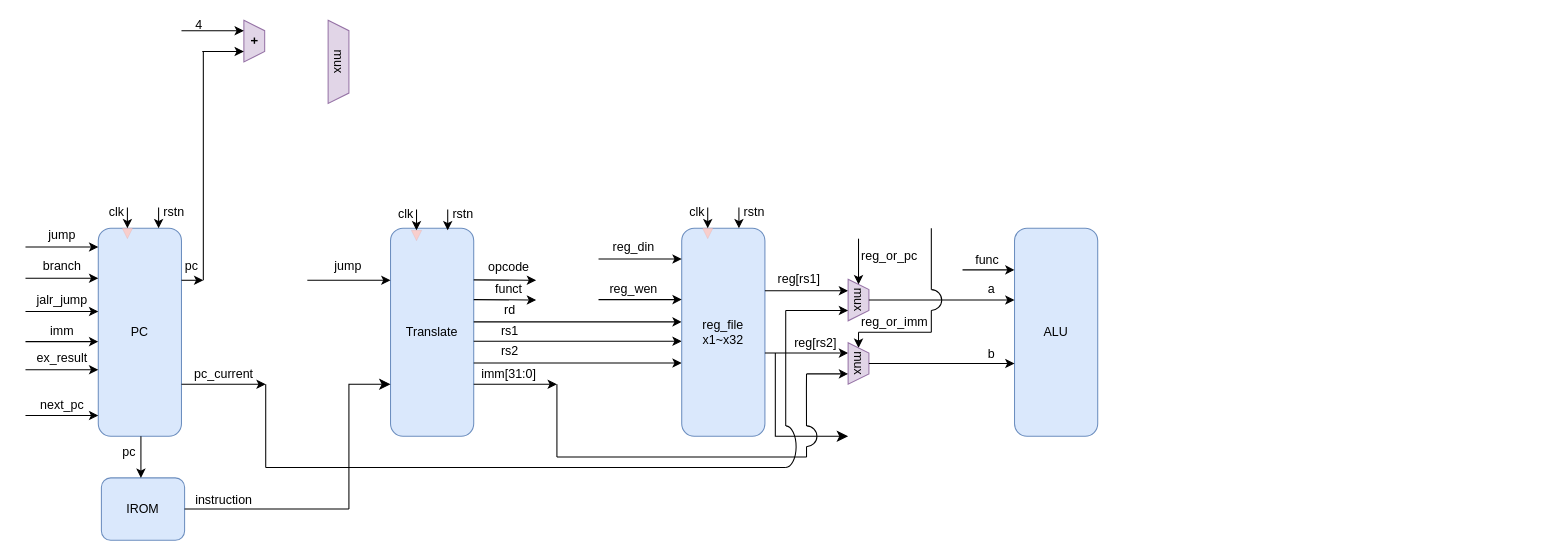
youmiwei/drawio keeps this draw.io diagram as riscv.drawio. Above is the earlier version. Source tidied: cells renumbered, new cells numbered last; positions are measured from the earlier drawing's top-left corner, leaving out a move shared by most shapes. Both pictures are drawn from the tidied source at 104%, with x=0, y=0 at pixel (25, 20).
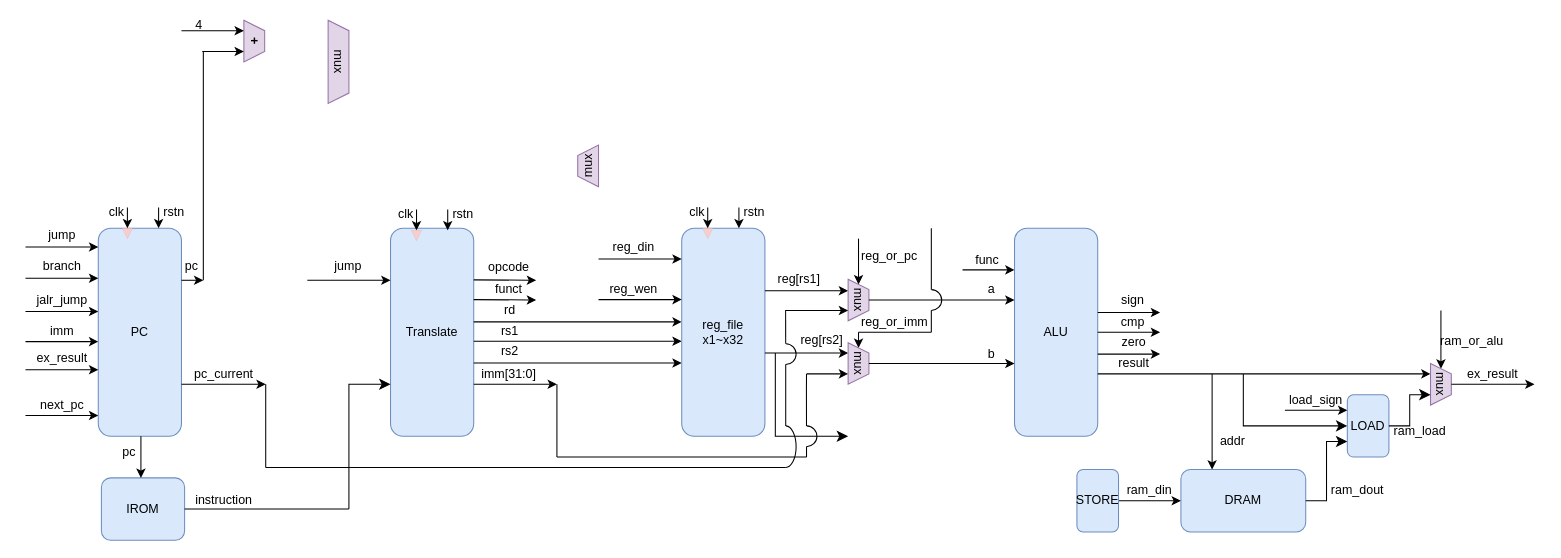
The same diagram, later.

Unchanged cells that the change refers to:
```xml
<mxCell id="76" style="verticalLabelPosition=bottom;verticalAlign=top;html=1;shape=mxgraph.basic.arc;startAngle=0.0032476092441872753;endAngle=0.5018946122032574;" parent="1" vertex="1">
  <mxGeometry x="721" y="390" width="20" height="40" as="geometry" />
</mxCell>
```

The edit, as a diff of the source:
```diff
@@
-    <mxCell id="78" style="endArrow=none;html=1;rounded=0;" parent="1" edge="1" source="76">
-      <mxGeometry relative="1" as="geometry">
-        <mxPoint x="731" y="279" as="targetPoint" />
-      </mxGeometry>
-    </mxCell>
@@
     <mxCell id="89" value="reg[rs2]" style="text;html=1;align=center;verticalAlign=middle;whiteSpace=wrap;rounded=0;" parent="1" vertex="1">
-      <mxGeometry x="730" y="306" width="60" height="10" as="geometry" />
+      <mxGeometry x="736" y="303" width="60" height="10" as="geometry" />
     </mxCell>
@@
+    <mxCell id="100" style="endArrow=classic;html=1;rounded=0;" parent="1" edge="1">
+      <mxGeometry relative="1" as="geometry">
+        <mxPoint x="1031" y="281" as="sourcePoint" />
+        <mxPoint x="1091" y="281" as="targetPoint" />
+      </mxGeometry>
+    </mxCell>
+    <mxCell id="101" style="endArrow=classic;html=1;rounded=0;" parent="1" edge="1">
+      <mxGeometry relative="1" as="geometry">
+        <mxPoint x="1031" y="300" as="sourcePoint" />
+        <mxPoint x="1091" y="300" as="targetPoint" />
+      </mxGeometry>
+    </mxCell>
+    <mxCell id="102" style="endArrow=classic;html=1;rounded=0;" parent="1" edge="1">
+      <mxGeometry relative="1" as="geometry">
+        <mxPoint x="1031" y="321" as="sourcePoint" />
+        <mxPoint x="1091" y="321" as="targetPoint" />
+      </mxGeometry>
+    </mxCell>
+    <mxCell id="103" style="endArrow=classic;html=1;rounded=0;entryX=0.25;entryY=1;entryDx=0;entryDy=0;" parent="1" edge="1" target="111">
+      <mxGeometry relative="1" as="geometry">
+        <mxPoint x="1031" y="340" as="sourcePoint" />
+      </mxGeometry>
+    </mxCell>
+    <mxCell id="104" value="sign" style="text;html=1;align=center;verticalAlign=middle;whiteSpace=wrap;rounded=0;" parent="1" vertex="1">
+      <mxGeometry x="1035" y="264" width="60" height="10" as="geometry" />
+    </mxCell>
+    <mxCell id="105" value="cmp" style="text;html=1;align=center;verticalAlign=middle;whiteSpace=wrap;rounded=0;" parent="1" vertex="1">
+      <mxGeometry x="1035" y="285" width="60" height="10" as="geometry" />
+    </mxCell>
+    <mxCell id="106" value="zero" style="text;html=1;align=center;verticalAlign=middle;whiteSpace=wrap;rounded=0;" parent="1" vertex="1">
+      <mxGeometry x="1036" y="305" width="60" height="10" as="geometry" />
+    </mxCell>
+    <mxCell id="107" value="result" style="text;html=1;align=center;verticalAlign=middle;whiteSpace=wrap;rounded=0;" parent="1" vertex="1">
+      <mxGeometry x="1036" y="325" width="60" height="10" as="geometry" />
+    </mxCell>
+    <mxCell id="108" value="DRAM" style="rounded=1;whiteSpace=wrap;html=1;fillColor=#dae8fc;strokeColor=#6c8ebf;" parent="1" vertex="1">
+      <mxGeometry x="1111" y="432" width="120" height="60" as="geometry" />
+    </mxCell>
+    <mxCell id="109" style="endArrow=classic;html=1;rounded=0;entryX=0;entryY=0.5;entryDx=0;entryDy=0;" parent="1" edge="1" target="111">
+      <mxGeometry relative="1" as="geometry">
+        <mxPoint x="1361" y="279" as="sourcePoint" />
+      </mxGeometry>
+    </mxCell>
+    <mxCell id="110" value="ram_or_alu" style="text;html=1;align=center;verticalAlign=middle;whiteSpace=wrap;rounded=0;" parent="1" vertex="1">
+      <mxGeometry x="1361" y="304" width="60" height="10" as="geometry" />
+    </mxCell>
+    <mxCell id="111" value="mux" style="shape=trapezoid;perimeter=trapezoidPerimeter;whiteSpace=wrap;html=1;fixedSize=1;size=10;rotation=90;fillColor=#e1d5e7;strokeColor=#9673a6;align=center;" parent="1" vertex="1">
+      <mxGeometry x="1341" y="340" width="40" height="20" as="geometry" />
+    </mxCell>
+    <mxCell id="112" value="LOAD" style="rounded=1;whiteSpace=wrap;html=1;fillColor=#dae8fc;strokeColor=#6c8ebf;" parent="1" vertex="1">
+      <mxGeometry x="1271" y="360" width="40" height="60" as="geometry" />
+    </mxCell>
+    <mxCell id="113" style="endArrow=classic;html=1;rounded=0;entryX=0.25;entryY=0;entryDx=0;entryDy=0;" parent="1" edge="1" target="108">
+      <mxGeometry relative="1" as="geometry">
+        <mxPoint x="1141" y="340" as="sourcePoint" />
+      </mxGeometry>
+    </mxCell>
+    <mxCell id="114" value="addr" style="text;html=1;align=center;verticalAlign=middle;whiteSpace=wrap;rounded=0;" parent="1" vertex="1">
+      <mxGeometry x="1131" y="400" width="60" height="10" as="geometry" />
+    </mxCell>
+    <mxCell id="115" style="edgeStyle=elbowEdgeStyle;elbow=horizontal;endArrow=classic;html=1;curved=0;rounded=0;endSize=8;startSize=8;exitX=1;exitY=0.5;exitDx=0;exitDy=0;entryX=0;entryY=0.75;entryDx=0;entryDy=0;" parent="1" edge="1" source="108" target="112">
+      <mxGeometry relative="1" as="geometry" />
+    </mxCell>
+    <mxCell id="116" value="ram_dout" style="text;html=1;align=center;verticalAlign=middle;whiteSpace=wrap;rounded=0;" parent="1" vertex="1">
+      <mxGeometry x="1251" y="447" width="60" height="10" as="geometry" />
+    </mxCell>
+    <mxCell id="117" style="edgeStyle=elbowEdgeStyle;elbow=horizontal;endArrow=classic;html=1;curved=0;rounded=0;endSize=8;startSize=8;entryX=0;entryY=0.5;entryDx=0;entryDy=0;" parent="1" edge="1" target="112">
+      <mxGeometry relative="1" as="geometry">
+        <mxPoint x="1171" y="340" as="sourcePoint" />
+        <Array as="points">
+          <mxPoint x="1171" y="360" />
+        </Array>
+      </mxGeometry>
+    </mxCell>
+    <mxCell id="118" style="endArrow=classic;html=1;rounded=0;entryX=0;entryY=0.25;entryDx=0;entryDy=0;" parent="1" edge="1" target="112">
+      <mxGeometry relative="1" as="geometry">
+        <mxPoint x="1211" y="375" as="sourcePoint" />
+      </mxGeometry>
+    </mxCell>
+    <mxCell id="119" value="load_sign" style="text;html=1;align=center;verticalAlign=middle;whiteSpace=wrap;rounded=0;" parent="1" vertex="1">
+      <mxGeometry x="1211" y="360" width="60" height="10" as="geometry" />
+    </mxCell>
+    <mxCell id="120" style="edgeStyle=elbowEdgeStyle;elbow=horizontal;endArrow=classic;html=1;curved=0;rounded=0;endSize=8;startSize=8;exitX=1;exitY=0.5;exitDx=0;exitDy=0;entryX=0;entryY=0.75;entryDx=0;entryDy=0;" parent="1" edge="1" source="112">
+      <mxGeometry relative="1" as="geometry">
+        <mxPoint x="1351" y="360" as="targetPoint" />
+      </mxGeometry>
+    </mxCell>
+    <mxCell id="121" value="ram_load" style="text;html=1;align=center;verticalAlign=middle;whiteSpace=wrap;rounded=0;" parent="1" vertex="1">
+      <mxGeometry x="1311" y="390" width="60" height="10" as="geometry" />
+    </mxCell>
+    <mxCell id="122" value="mux" style="shape=trapezoid;perimeter=trapezoidPerimeter;whiteSpace=wrap;html=1;fixedSize=1;size=10;rotation=-90;fillColor=#e1d5e7;strokeColor=#9673a6;align=center;" parent="1" vertex="1">
+      <mxGeometry x="521" y="130" width="40" height="20" as="geometry" />
+    </mxCell>
+    <mxCell id="123" style="endArrow=classic;html=1;rounded=0;exitX=0.5;exitY=0;exitDx=0;exitDy=0;" parent="1" edge="1" source="111">
+      <mxGeometry relative="1" as="geometry">
+        <mxPoint x="1451" y="350" as="targetPoint" />
+      </mxGeometry>
+    </mxCell>
+    <mxCell id="124" value="ex_result" style="text;html=1;align=center;verticalAlign=middle;whiteSpace=wrap;rounded=0;" parent="1" vertex="1">
+      <mxGeometry x="1381" y="335" width="60" height="10" as="geometry" />
+    </mxCell>
+    <mxCell id="125" style="verticalLabelPosition=bottom;verticalAlign=top;html=1;shape=mxgraph.basic.arc;startAngle=0.0032476092441872753;endAngle=0.5018946122032574;" parent="1" vertex="1">
+      <mxGeometry x="721" y="311" width="20" height="20" as="geometry" />
+    </mxCell>
+    <mxCell id="126" style="endArrow=none;html=1;rounded=0;" parent="1" edge="1" source="76" target="125">
+      <mxGeometry relative="1" as="geometry" />
+    </mxCell>
+    <mxCell id="127" style="endArrow=none;html=1;rounded=0;" parent="1" edge="1" source="125">
+      <mxGeometry relative="1" as="geometry">
+        <mxPoint x="730.9" y="278.5" as="targetPoint" />
+      </mxGeometry>
+    </mxCell>
+    <mxCell id="128" style="edgeStyle=orthogonalEdgeStyle;rounded=0;jettySize=auto;html=1;" parent="1" edge="1" source="129" target="108">
+      <mxGeometry relative="1" as="geometry" />
+    </mxCell>
+    <mxCell id="129" value="STORE" style="rounded=1;whiteSpace=wrap;html=1;fillColor=#dae8fc;strokeColor=#6c8ebf;" parent="1" vertex="1">
+      <mxGeometry x="1011" y="432" width="40" height="60" as="geometry" />
+    </mxCell>
+    <mxCell id="130" value="ram_din" style="text;html=1;align=center;verticalAlign=middle;whiteSpace=wrap;rounded=0;" parent="1" vertex="1">
+      <mxGeometry x="1051" y="447" width="60" height="10" as="geometry" />
+    </mxCell>
```
